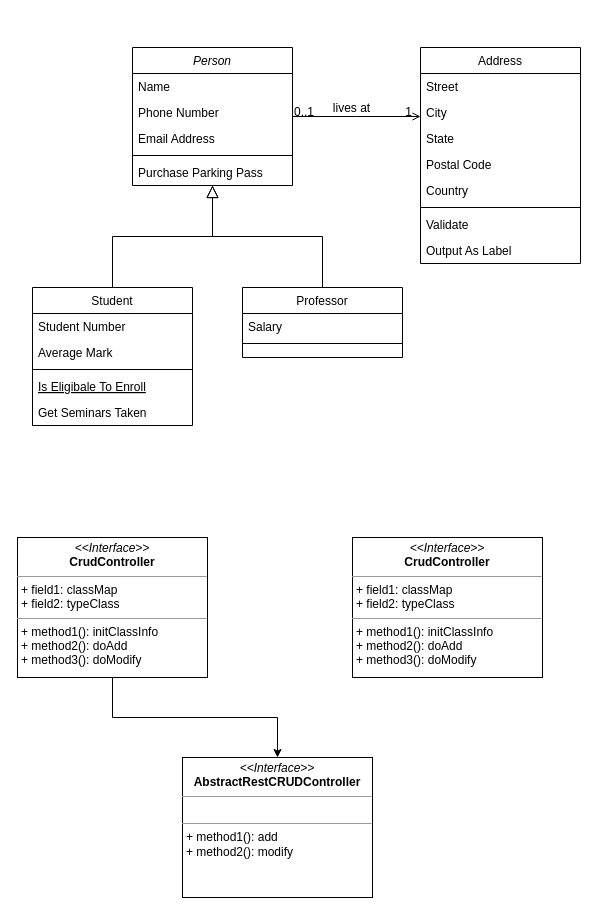
Above: class_graph.drawio in cjaack2/Images_Repository (draw.io), before the change. Source tidied: cells renumbered, new cells numbered last; positions are measured from the earlier drawing's top-left corner, leaving out a move shared by most shapes. Both pictures are drawn from the tidied source at 100%, with x=0, y=0 at pixel (17, 47).
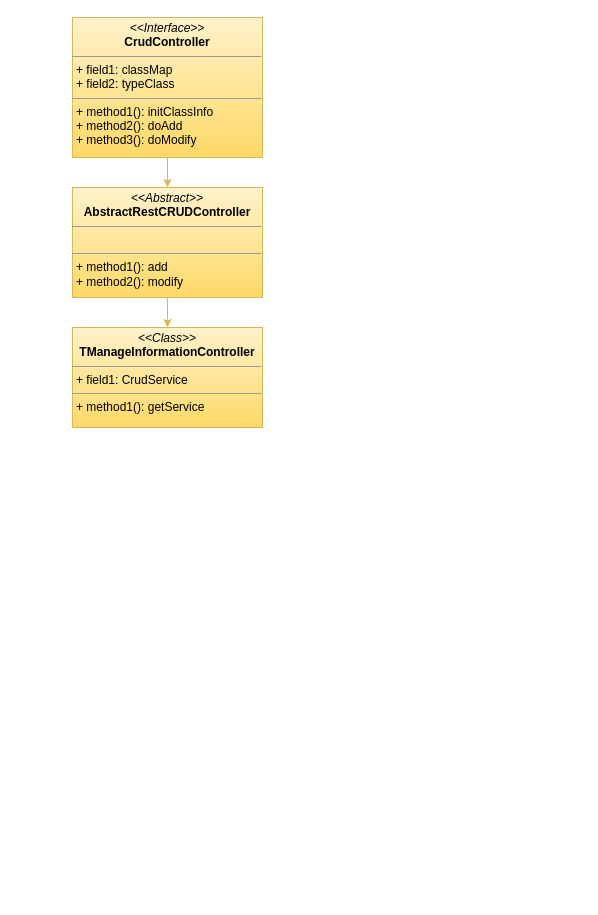
The same page after the edit.

Change to the diagram source:
```diff
@@
-    <mxCell id="2" value="Person" style="swimlane;fontStyle=2;align=center;verticalAlign=top;horizontal=1;startSize=26;rounded=0;shadow=0;strokeWidth=1;" parent="1" vertex="1">
-      <mxGeometry x="115" width="160" height="138" as="geometry" />
-    </mxCell>
-    <mxCell id="3" value="Name" style="text;align=left;verticalAlign=top;spacingLeft=4;spacingRight=4;overflow=hidden;" parent="2" vertex="1">
-      <mxGeometry y="26" width="160" height="26" as="geometry" />
-    </mxCell>
-    <mxCell id="4" value="Phone Number" style="text;align=left;verticalAlign=top;spacingLeft=4;spacingRight=4;overflow=hidden;rounded=0;shadow=0;html=0;" parent="2" vertex="1">
-      <mxGeometry y="52" width="160" height="26" as="geometry" />
-    </mxCell>
-    <mxCell id="5" value="Email Address" style="text;align=left;verticalAlign=top;spacingLeft=4;spacingRight=4;overflow=hidden;rounded=0;shadow=0;html=0;" parent="2" vertex="1">
-      <mxGeometry y="78" width="160" height="26" as="geometry" />
-    </mxCell>
-    <mxCell id="6" style="line;html=1;strokeWidth=1;align=left;verticalAlign=middle;spacingTop=-1;spacingLeft=3;spacingRight=3;labelPosition=right;" parent="2" vertex="1">
-      <mxGeometry y="104" width="160" height="8" as="geometry" />
-    </mxCell>
-    <mxCell id="7" value="Purchase Parking Pass" style="text;align=left;verticalAlign=top;spacingLeft=4;spacingRight=4;overflow=hidden;" parent="2" vertex="1">
-      <mxGeometry y="112" width="160" height="26" as="geometry" />
-    </mxCell>
-    <mxCell id="8" value="Student" style="swimlane;fontStyle=0;align=center;verticalAlign=top;horizontal=1;startSize=26;rounded=0;shadow=0;strokeWidth=1;" parent="1" vertex="1">
-      <mxGeometry x="15" y="240" width="160" height="138" as="geometry" />
-    </mxCell>
-    <mxCell id="9" value="Student Number" style="text;align=left;verticalAlign=top;spacingLeft=4;spacingRight=4;overflow=hidden;" parent="8" vertex="1">
-      <mxGeometry y="26" width="160" height="26" as="geometry" />
-    </mxCell>
-    <mxCell id="10" value="Average Mark" style="text;align=left;verticalAlign=top;spacingLeft=4;spacingRight=4;overflow=hidden;rounded=0;shadow=0;html=0;" parent="8" vertex="1">
-      <mxGeometry y="52" width="160" height="26" as="geometry" />
-    </mxCell>
-    <mxCell id="11" style="line;html=1;strokeWidth=1;align=left;verticalAlign=middle;spacingTop=-1;spacingLeft=3;spacingRight=3;labelPosition=right;" parent="8" vertex="1">
-      <mxGeometry y="78" width="160" height="8" as="geometry" />
-    </mxCell>
-    <mxCell id="12" value="Is Eligibale To Enroll" style="text;align=left;verticalAlign=top;spacingLeft=4;spacingRight=4;overflow=hidden;fontStyle=4;" parent="8" vertex="1">
-      <mxGeometry y="86" width="160" height="26" as="geometry" />
-    </mxCell>
-    <mxCell id="13" value="Get Seminars Taken" style="text;align=left;verticalAlign=top;spacingLeft=4;spacingRight=4;overflow=hidden;" parent="8" vertex="1">
-      <mxGeometry y="112" width="160" height="26" as="geometry" />
-    </mxCell>
-    <mxCell id="14" style="endArrow=block;endSize=10;endFill=0;shadow=0;strokeWidth=1;rounded=0;edgeStyle=elbowEdgeStyle;elbow=vertical;" parent="1" edge="1" source="8" target="2">
-      <mxGeometry relative="1" as="geometry" />
-    </mxCell>
-    <mxCell id="15" value="Professor" style="swimlane;fontStyle=0;align=center;verticalAlign=top;horizontal=1;startSize=26;rounded=0;shadow=0;strokeWidth=1;" parent="1" vertex="1">
-      <mxGeometry x="225" y="240" width="160" height="70" as="geometry" />
-    </mxCell>
-    <mxCell id="16" value="Salary" style="text;align=left;verticalAlign=top;spacingLeft=4;spacingRight=4;overflow=hidden;" parent="15" vertex="1">
-      <mxGeometry y="26" width="160" height="26" as="geometry" />
-    </mxCell>
-    <mxCell id="17" style="line;html=1;strokeWidth=1;align=left;verticalAlign=middle;spacingTop=-1;spacingLeft=3;spacingRight=3;labelPosition=right;" parent="15" vertex="1">
-      <mxGeometry y="52" width="160" height="8" as="geometry" />
-    </mxCell>
-    <mxCell id="18" style="endArrow=block;endSize=10;endFill=0;shadow=0;strokeWidth=1;rounded=0;edgeStyle=elbowEdgeStyle;elbow=vertical;" parent="1" edge="1" source="15" target="2">
-      <mxGeometry relative="1" as="geometry" />
-    </mxCell>
-    <mxCell id="19" value="Address" style="swimlane;fontStyle=0;align=center;verticalAlign=top;horizontal=1;startSize=26;rounded=0;shadow=0;strokeWidth=1;" parent="1" vertex="1">
-      <mxGeometry x="403" width="160" height="216" as="geometry" />
-    </mxCell>
-    <mxCell id="20" value="Street" style="text;align=left;verticalAlign=top;spacingLeft=4;spacingRight=4;overflow=hidden;" parent="19" vertex="1">
-      <mxGeometry y="26" width="160" height="26" as="geometry" />
-    </mxCell>
-    <mxCell id="21" value="City" style="text;align=left;verticalAlign=top;spacingLeft=4;spacingRight=4;overflow=hidden;rounded=0;shadow=0;html=0;" parent="19" vertex="1">
-      <mxGeometry y="52" width="160" height="26" as="geometry" />
-    </mxCell>
-    <mxCell id="22" value="State" style="text;align=left;verticalAlign=top;spacingLeft=4;spacingRight=4;overflow=hidden;rounded=0;shadow=0;html=0;" parent="19" vertex="1">
-      <mxGeometry y="78" width="160" height="26" as="geometry" />
-    </mxCell>
-    <mxCell id="23" value="Postal Code" style="text;align=left;verticalAlign=top;spacingLeft=4;spacingRight=4;overflow=hidden;rounded=0;shadow=0;html=0;" parent="19" vertex="1">
-      <mxGeometry y="104" width="160" height="26" as="geometry" />
-    </mxCell>
-    <mxCell id="24" value="Country" style="text;align=left;verticalAlign=top;spacingLeft=4;spacingRight=4;overflow=hidden;rounded=0;shadow=0;html=0;" parent="19" vertex="1">
-      <mxGeometry y="130" width="160" height="26" as="geometry" />
-    </mxCell>
-    <mxCell id="25" style="line;html=1;strokeWidth=1;align=left;verticalAlign=middle;spacingTop=-1;spacingLeft=3;spacingRight=3;labelPosition=right;" parent="19" vertex="1">
-      <mxGeometry y="156" width="160" height="8" as="geometry" />
-    </mxCell>
-    <mxCell id="26" value="Validate" style="text;align=left;verticalAlign=top;spacingLeft=4;spacingRight=4;overflow=hidden;" parent="19" vertex="1">
-      <mxGeometry y="164" width="160" height="26" as="geometry" />
-    </mxCell>
-    <mxCell id="27" value="Output As Label" style="text;align=left;verticalAlign=top;spacingLeft=4;spacingRight=4;overflow=hidden;" parent="19" vertex="1">
-      <mxGeometry y="190" width="160" height="26" as="geometry" />
-    </mxCell>
-    <mxCell id="28" style="endArrow=open;shadow=0;strokeWidth=1;rounded=0;endFill=1;edgeStyle=elbowEdgeStyle;elbow=vertical;" parent="1" edge="1" source="2" target="19">
-      <mxGeometry x="0.5" y="41" relative="1" as="geometry">
-        <mxPoint x="-40" y="32" as="offset" />
-      </mxGeometry>
-    </mxCell>
-    <mxCell id="29" value="0..1" style="align=left;verticalAlign=bottom;labelBackgroundColor=none;fontSize=12;" parent="28" vertex="1">
-      <mxGeometry x="-1" relative="1" as="geometry">
-        <mxPoint y="4" as="offset" />
-      </mxGeometry>
-    </mxCell>
-    <mxCell id="30" value="1" style="align=right;verticalAlign=bottom;labelBackgroundColor=none;fontSize=12;" parent="28" vertex="1">
-      <mxGeometry x="1" relative="1" as="geometry">
-        <mxPoint x="-7" y="4" as="offset" />
-      </mxGeometry>
-    </mxCell>
-    <mxCell id="31" value="lives at" style="text;html=1;align=center;verticalAlign=middle;labelBackgroundColor=none;rounded=0;shadow=0;strokeWidth=1;fontSize=12;" parent="28" vertex="1">
-      <mxGeometry x="0.5" y="49" relative="1" as="geometry">
-        <mxPoint x="-38" y="40" as="offset" />
-      </mxGeometry>
-    </mxCell>
-    <mxCell id="32" style="edgeStyle=orthogonalEdgeStyle;rounded=0;jettySize=auto;html=1;" parent="1" edge="1" source="33" target="34">
+    <mxCell id="32" style="edgeStyle=orthogonalEdgeStyle;rounded=0;jettySize=auto;html=1;fillColor=#fff2cc;strokeColor=#d6b656;gradientColor=#ffd966;" parent="1" edge="1" source="33" target="34">
       <mxGeometry relative="1" as="geometry" />
     </mxCell>
-    <mxCell id="33" value="&lt;p style=&quot;margin: 0px ; margin-top: 4px ; text-align: center&quot;&gt;&lt;i&gt;&amp;lt;&amp;lt;Interface&amp;gt;&amp;gt;&lt;/i&gt;&lt;br&gt;&lt;b&gt;CrudController&lt;/b&gt;&lt;br&gt;&lt;/p&gt;&lt;hr size=&quot;1&quot;&gt;&lt;p style=&quot;margin: 0px ; margin-left: 4px&quot;&gt;+ field1: classMap&lt;br&gt;+ field2: typeClass&lt;/p&gt;&lt;hr size=&quot;1&quot;&gt;&lt;p style=&quot;margin: 0px ; margin-left: 4px&quot;&gt;+ method1(): initClassInfo&lt;br&gt;+ method2(): doAdd&lt;/p&gt;&lt;p style=&quot;margin: 0px ; margin-left: 4px&quot;&gt;+ method3(): doModify&lt;br&gt;&lt;/p&gt;" style="verticalAlign=top;align=left;overflow=fill;fontSize=12;fontFamily=Helvetica;html=1;" parent="1" vertex="1">
-      <mxGeometry y="490" width="190" height="140" as="geometry" />
+    <mxCell id="33" value="&lt;p style=&quot;margin: 0px ; margin-top: 4px ; text-align: center&quot;&gt;&lt;i&gt;&amp;lt;&amp;lt;Interface&amp;gt;&amp;gt;&lt;/i&gt;&lt;br&gt;&lt;b&gt;CrudController&lt;/b&gt;&lt;br&gt;&lt;/p&gt;&lt;hr size=&quot;1&quot;&gt;&lt;p style=&quot;margin: 0px ; margin-left: 4px&quot;&gt;+ field1: classMap&lt;br&gt;+ field2: typeClass&lt;/p&gt;&lt;hr size=&quot;1&quot;&gt;&lt;p style=&quot;margin: 0px ; margin-left: 4px&quot;&gt;+ method1(): initClassInfo&lt;br&gt;+ method2(): doAdd&lt;/p&gt;&lt;p style=&quot;margin: 0px ; margin-left: 4px&quot;&gt;+ method3(): doModify&lt;br&gt;&lt;/p&gt;" style="verticalAlign=top;align=left;overflow=fill;fontSize=12;fontFamily=Helvetica;html=1;fillColor=#fff2cc;strokeColor=#d6b656;gradientColor=#ffd966;" parent="1" vertex="1">
+      <mxGeometry x="55" y="-30" width="190" height="140" as="geometry" />
     </mxCell>
+    <mxCell id="36" style="edgeStyle=orthogonalEdgeStyle;rounded=0;jettySize=auto;html=1;fillColor=#fff2cc;strokeColor=#d6b656;gradientColor=#ffd966;" parent="1" edge="1" source="34" target="37">
+      <mxGeometry relative="1" as="geometry" />
+    </mxCell>
-    <mxCell id="34" value="&lt;p style=&quot;margin: 0px ; margin-top: 4px ; text-align: center&quot;&gt;&lt;i&gt;&amp;lt;&amp;lt;Interface&amp;gt;&amp;gt;&lt;/i&gt;&lt;br&gt;&lt;b&gt;AbstractRestCRUDController&lt;/b&gt;&lt;br&gt;&lt;/p&gt;&lt;hr size=&quot;1&quot;&gt;&lt;p style=&quot;margin: 0px ; margin-left: 4px&quot;&gt;&lt;br&gt;&lt;/p&gt;&lt;hr size=&quot;1&quot;&gt;&lt;p style=&quot;margin: 0px ; margin-left: 4px&quot;&gt;+ method1(): add&lt;br&gt;+ method2(): modify&lt;/p&gt;" style="verticalAlign=top;align=left;overflow=fill;fontSize=12;fontFamily=Helvetica;html=1;" parent="1" vertex="1">
-      <mxGeometry x="165" y="710" width="190" height="140" as="geometry" />
+    <mxCell id="34" value="&lt;p style=&quot;margin: 0px ; margin-top: 4px ; text-align: center&quot;&gt;&lt;i&gt;&amp;lt;&amp;lt;Abstract&amp;gt;&amp;gt;&lt;/i&gt;&lt;br&gt;&lt;b&gt;AbstractRestCRUDController&lt;/b&gt;&lt;br&gt;&lt;/p&gt;&lt;hr size=&quot;1&quot;&gt;&lt;p style=&quot;margin: 0px ; margin-left: 4px&quot;&gt;&lt;br&gt;&lt;/p&gt;&lt;hr size=&quot;1&quot;&gt;&lt;p style=&quot;margin: 0px ; margin-left: 4px&quot;&gt;+ method1(): add&lt;br&gt;+ method2(): modify&lt;/p&gt;" style="verticalAlign=top;align=left;overflow=fill;fontSize=12;fontFamily=Helvetica;html=1;fillColor=#fff2cc;strokeColor=#d6b656;gradientColor=#ffd966;" parent="1" vertex="1">
+      <mxGeometry x="55" y="140" width="190" height="110" as="geometry" />
     </mxCell>
-    <mxCell id="35" value="&lt;p style=&quot;margin: 0px ; margin-top: 4px ; text-align: center&quot;&gt;&lt;i&gt;&amp;lt;&amp;lt;Interface&amp;gt;&amp;gt;&lt;/i&gt;&lt;br&gt;&lt;b&gt;CrudController&lt;/b&gt;&lt;br&gt;&lt;/p&gt;&lt;hr size=&quot;1&quot;&gt;&lt;p style=&quot;margin: 0px ; margin-left: 4px&quot;&gt;+ field1: classMap&lt;br&gt;+ field2: typeClass&lt;/p&gt;&lt;hr size=&quot;1&quot;&gt;&lt;p style=&quot;margin: 0px ; margin-left: 4px&quot;&gt;+ method1(): initClassInfo&lt;br&gt;+ method2(): doAdd&lt;/p&gt;&lt;p style=&quot;margin: 0px ; margin-left: 4px&quot;&gt;+ method3(): doModify&lt;br&gt;&lt;/p&gt;" style="verticalAlign=top;align=left;overflow=fill;fontSize=12;fontFamily=Helvetica;html=1;" parent="1" vertex="1">
-      <mxGeometry x="335" y="490" width="190" height="140" as="geometry" />
-    </mxCell>
+    <mxCell id="37" value="&lt;p style=&quot;margin: 0px ; margin-top: 4px ; text-align: center&quot;&gt;&lt;i&gt;&amp;lt;&amp;lt;Class&amp;gt;&amp;gt;&lt;/i&gt;&lt;br&gt;&lt;b&gt;TManageInformationController&lt;/b&gt;&lt;br&gt;&lt;/p&gt;&lt;hr size=&quot;1&quot;&gt;&lt;p style=&quot;margin: 0px ; margin-left: 4px&quot;&gt;+ field1: CrudService&lt;br&gt;&lt;/p&gt;&lt;hr size=&quot;1&quot;&gt;&lt;p style=&quot;margin: 0px ; margin-left: 4px&quot;&gt;+ method1(): getService&lt;br&gt;&lt;/p&gt;" style="verticalAlign=top;align=left;overflow=fill;fontSize=12;fontFamily=Helvetica;html=1;fillColor=#fff2cc;strokeColor=#d6b656;gradientColor=#ffd966;" parent="1" vertex="1">
+      <mxGeometry x="55" y="280" width="190" height="100" as="geometry" />
+    </mxCell>
```
